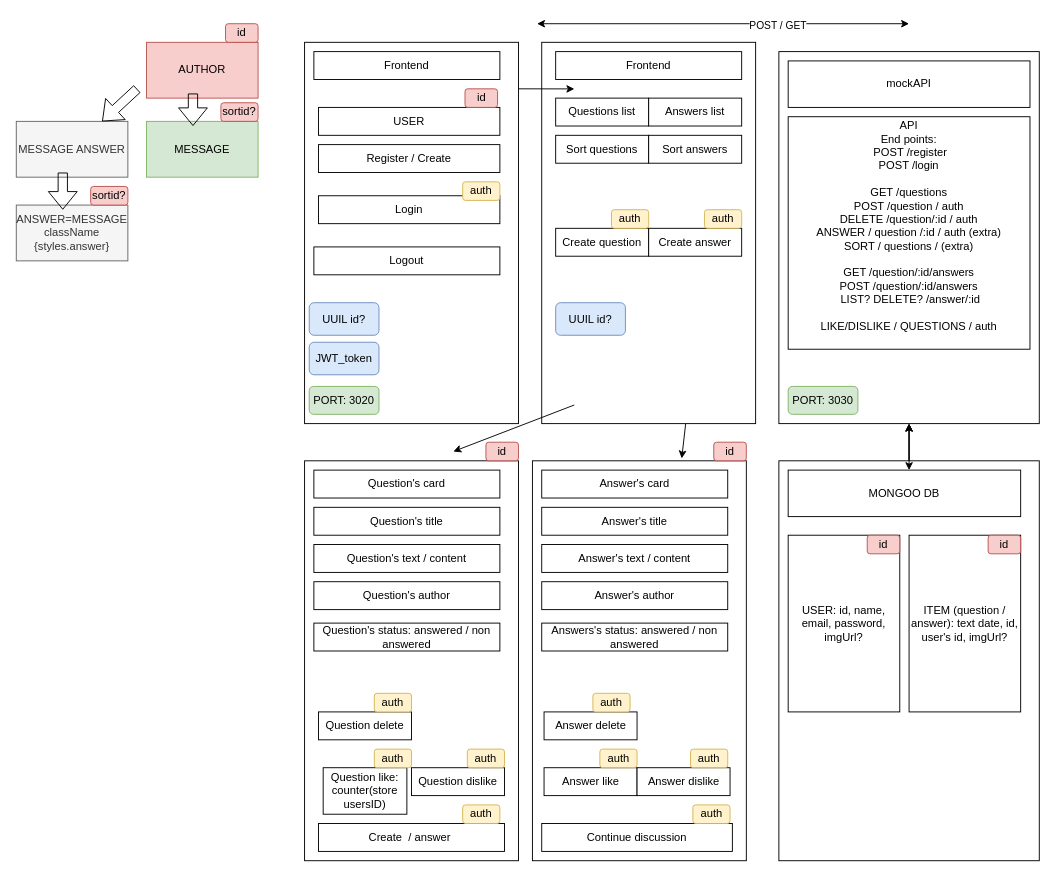
Earlier version of the draw.io diagram src/assets/baigiamojo darbo diagramos.drawio (akmindaugas/BD_BackEnd). Source tidied: cells renumbered, new cells numbered last; positions are measured from the earlier drawing's top-left corner, leaving out a move shared by most shapes. Both pictures are drawn from the tidied source at 93%, with x=0, y=0 at pixel (16, 23).
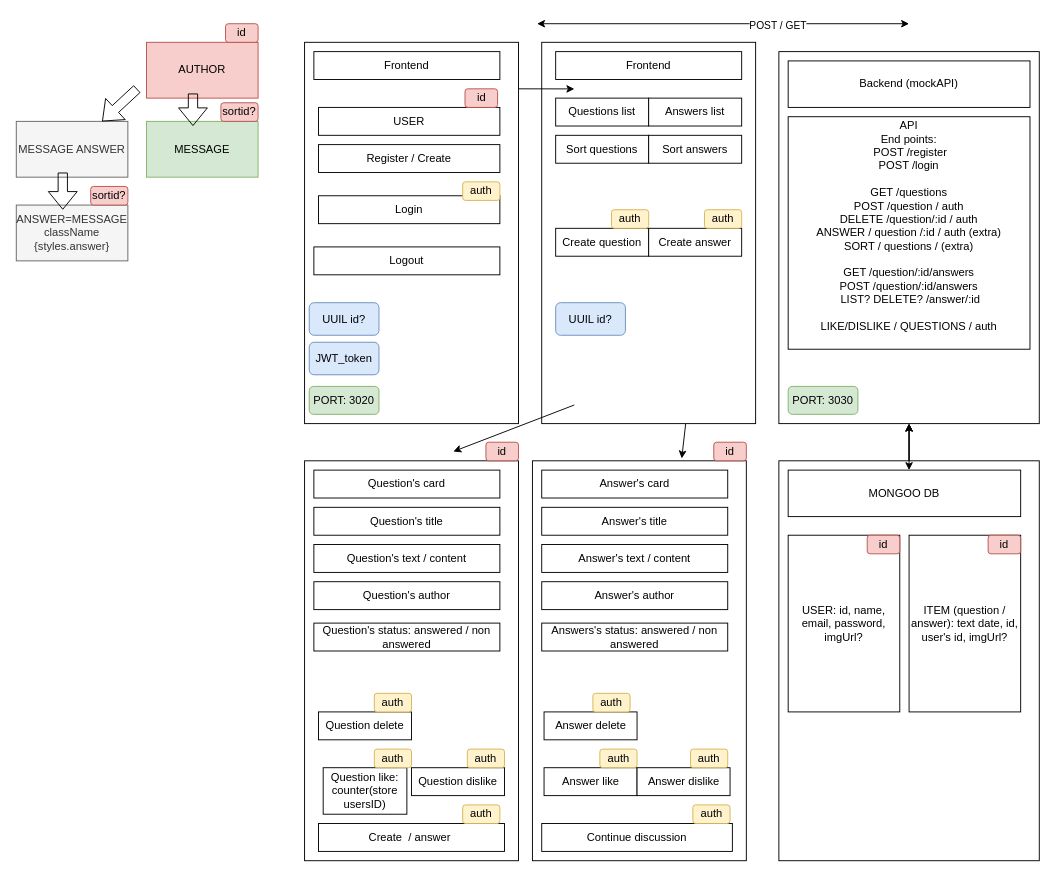
After the change.

Commit message (it also covers changes not shown here):
commit backend rebuild

What changed in the source:
```diff
@@
-    <mxCell id="65" value="mockAPI" style="rounded=0;whiteSpace=wrap;html=1;" parent="1" vertex="1">
+    <mxCell id="65" value="Backend (mockAPI)" style="rounded=0;whiteSpace=wrap;html=1;" parent="1" vertex="1">
       <mxGeometry x="830" y="40" width="260" height="50" as="geometry" />
     </mxCell>
```
